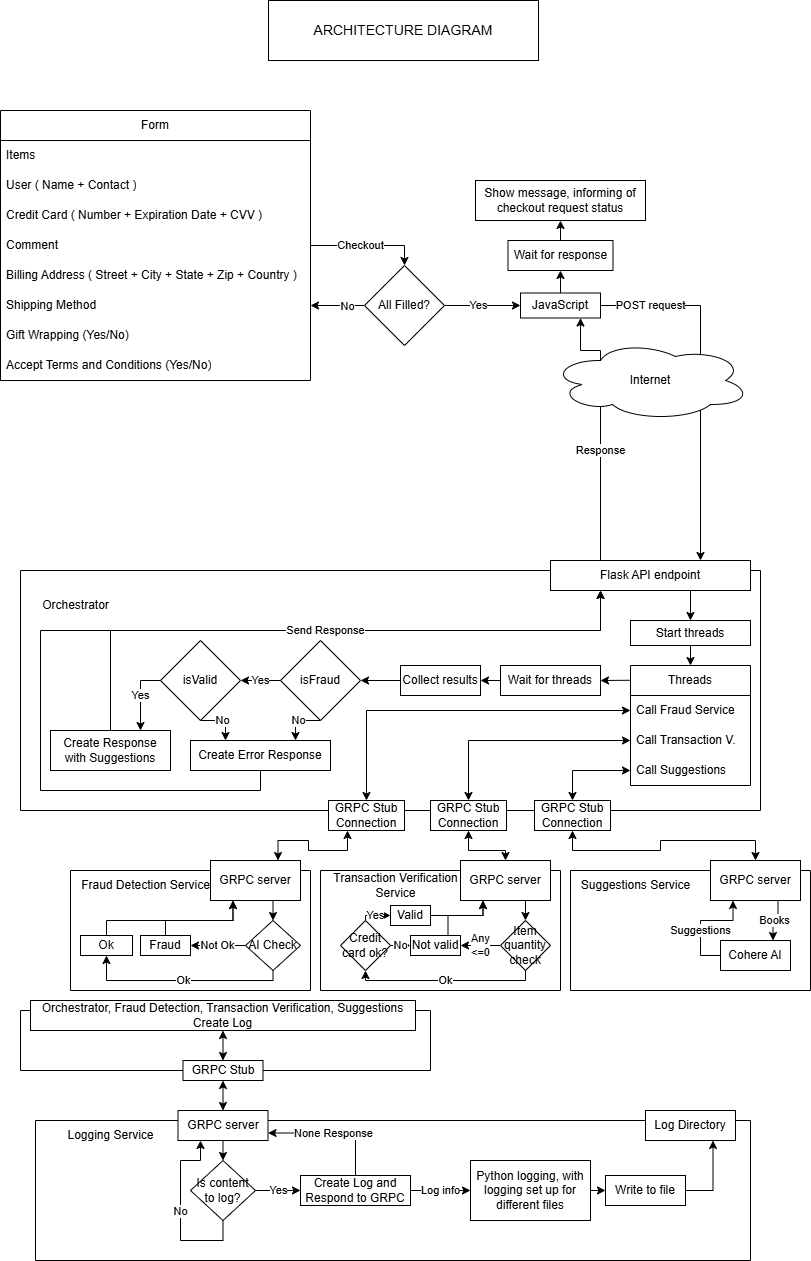
The draw.io diagram docs/Architecture Diagram.png in FooKaDoO/ds-practice-2025, before a commit. Source tidied: cells renumbered, new cells last; positions are measured from the earlier drawing's top-left corner, leaving out a move shared by most shapes.
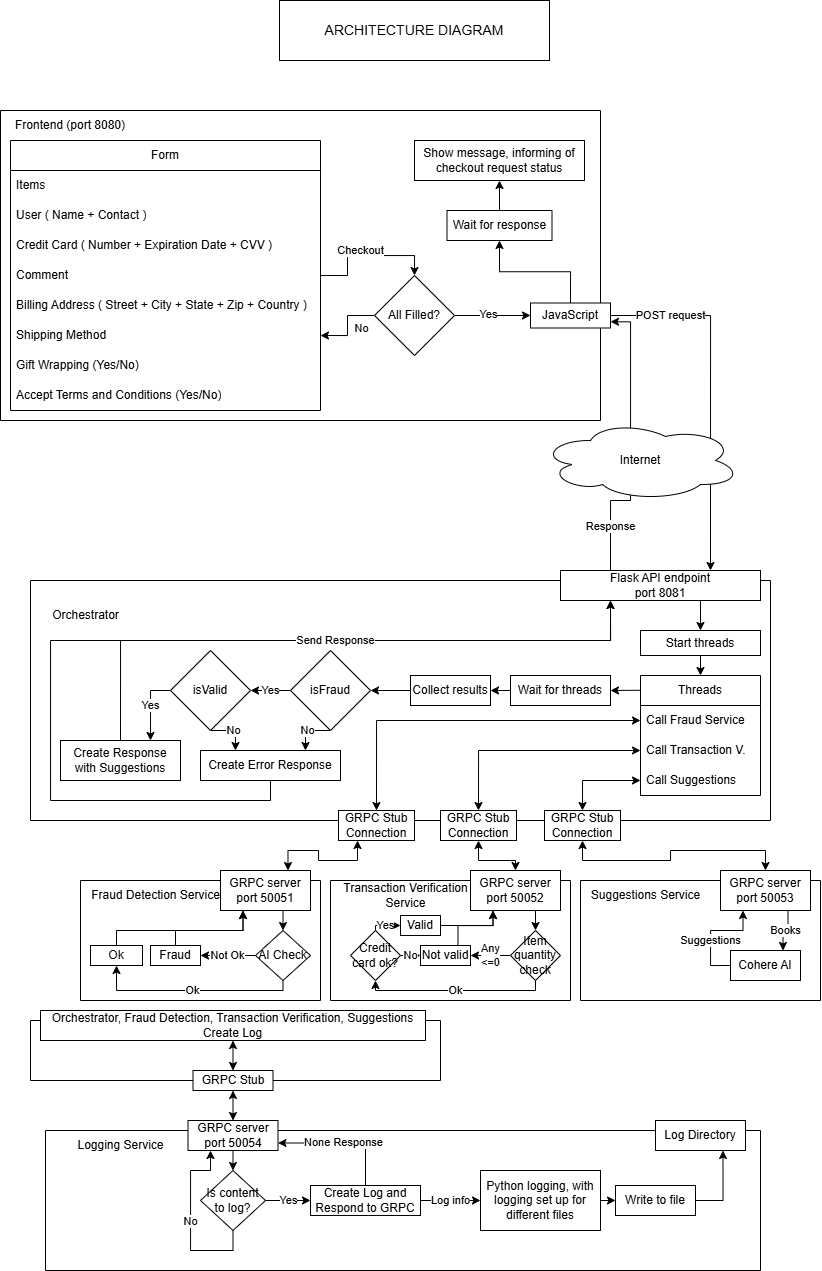
Later version of the same file.

Diff of the diagram source:
```diff
@@ -5,19 +5,20 @@
     <mxCell id="2" style="swimlane;startSize=0;" parent="1" vertex="1">
       <mxGeometry x="20" y="1010" width="410" height="60" as="geometry" />
     </mxCell>
-    <mxCell id="3" value="Response" style="edgeStyle=orthogonalEdgeStyle;rounded=0;jettySize=auto;html=1;exitX=0.25;exitY=0;exitDx=0;exitDy=0;entryX=0.75;entryY=1;entryDx=0;entryDy=0;" parent="1" edge="1" source="45" target="22">
-      <mxGeometry x="-0.16" relative="1" as="geometry">
+    <mxCell id="3" value="Response" style="edgeStyle=orthogonalEdgeStyle;rounded=0;jettySize=auto;html=1;exitX=0.25;exitY=0;exitDx=0;exitDy=0;entryX=1;entryY=0.75;entryDx=0;entryDy=0;" parent="1" edge="1" source="45" target="22">
+      <mxGeometry x="-0.7" relative="1" as="geometry">
         <Array as="points">
-          <mxPoint x="600" y="350" />
-          <mxPoint x="580" y="350" />
+          <mxPoint x="600" y="490" />
+          <mxPoint x="620" y="490" />
+          <mxPoint x="620" y="311" />
         </Array>
       </mxGeometry>
     </mxCell>
     <mxCell id="4" value="POST request" style="edgeStyle=orthogonalEdgeStyle;rounded=0;jettySize=auto;html=1;exitX=1;exitY=0.5;exitDx=0;exitDy=0;entryX=0.75;entryY=0;entryDx=0;entryDy=0;" parent="1" edge="1" source="22" target="45">
-      <mxGeometry x="-0.72" relative="1" as="geometry" />
+      <mxGeometry x="-0.66" relative="1" as="geometry" />
     </mxCell>
     <mxCell id="5" value="Form" style="swimlane;fontStyle=0;horizontal=1;startSize=30;whiteSpace=wrap;html=1;" parent="1" vertex="1">
-      <mxGeometry y="110" width="310" height="270" as="geometry" />
+      <mxGeometry y="130" width="310" height="270" as="geometry" />
     </mxCell>
     <mxCell id="6" value="Items" style="text;strokeColor=none;fillColor=none;align=left;verticalAlign=middle;spacingLeft=4;spacingRight=4;overflow=hidden;whiteSpace=wrap;html=1;" parent="5" vertex="1">
       <mxGeometry y="30" width="310" height="30" as="geometry" />
@@ -61,17 +62,14 @@
       <mxGeometry x="364" y="265" width="80" height="80" as="geometry" />
     </mxCell>
     <mxCell id="19" value="Checkout" style="edgeStyle=orthogonalEdgeStyle;rounded=0;jettySize=auto;html=1;exitX=1;exitY=0.5;exitDx=0;exitDy=0;entryX=0.5;entryY=0;entryDx=0;entryDy=0;" parent="1" edge="1" source="9" target="18">
-      <mxGeometry x="-0.12" relative="1" as="geometry" />
+      <mxGeometry x="-0.1" y="5" relative="1" as="geometry" />
     </mxCell>
     <mxCell id="20" value="Internet" style="ellipse;shape=cloud;whiteSpace=wrap;html=1;" parent="1" vertex="1">
-      <mxGeometry x="550" y="340" width="200" height="80" as="geometry" />
+      <mxGeometry x="530" y="410" width="200" height="80" as="geometry" />
     </mxCell>
     <mxCell id="21" style="edgeStyle=orthogonalEdgeStyle;rounded=0;jettySize=auto;html=1;exitX=0.5;exitY=0;exitDx=0;exitDy=0;" parent="1" edge="1" source="22" target="90">
       <mxGeometry relative="1" as="geometry" />
     </mxCell>
-    <mxCell id="22" value="JavaS&lt;span style=&quot;background-color: transparent; color: light-dark(rgb(0, 0, 0), rgb(255, 255, 255));&quot;&gt;cript&lt;/span&gt;" style="rounded=0;whiteSpace=wrap;html=1;" parent="1" vertex="1">
-      <mxGeometry x="520" y="292.5" width="80" height="25" as="geometry" />
-    </mxCell>
     <mxCell id="23" style="swimlane;startSize=0;" parent="1" vertex="1">
       <mxGeometry x="20" y="570" width="740" height="240" as="geometry" />
     </mxCell>
@@ -140,7 +138,7 @@
         <mxPoint x="690" y="590" as="sourcePoint" />
       </mxGeometry>
     </mxCell>
-    <mxCell id="45" value="Flask API endpoint" style="rounded=0;whiteSpace=wrap;html=1;" parent="1" vertex="1">
+    <mxCell id="45" value="Flask API endpoint&lt;div&gt;port 8081&lt;/div&gt;" style="rounded=0;whiteSpace=wrap;html=1;" parent="1" vertex="1">
       <mxGeometry x="550" y="560" width="200" height="30" as="geometry" />
     </mxCell>
     <mxCell id="46" style="swimlane;startSize=0;" parent="1" vertex="1">
@@ -152,7 +150,7 @@
     <mxCell id="48" value="Books" style="edgeStyle=orthogonalEdgeStyle;rounded=0;jettySize=auto;html=1;exitX=0.75;exitY=1;exitDx=0;exitDy=0;entryX=0.75;entryY=0;entryDx=0;entryDy=0;" parent="46" edge="1" source="49" target="51">
       <mxGeometry relative="1" as="geometry" />
     </mxCell>
-    <mxCell id="49" value="GRPC server" style="rounded=0;whiteSpace=wrap;html=1;" parent="46" vertex="1">
+    <mxCell id="49" value="GRPC server&lt;div&gt;port 50053&lt;/div&gt;" style="rounded=0;whiteSpace=wrap;html=1;" parent="46" vertex="1">
       <mxGeometry x="140" y="-10" width="90" height="40" as="geometry" />
     </mxCell>
     <mxCell id="50" value="Suggestions" style="edgeStyle=orthogonalEdgeStyle;rounded=0;jettySize=auto;html=1;exitX=0;exitY=0.5;exitDx=0;exitDy=0;entryX=0.25;entryY=1;entryDx=0;entryDy=0;" parent="46" edge="1" source="51" target="49">
@@ -167,7 +165,7 @@
     <mxCell id="53" style="edgeStyle=orthogonalEdgeStyle;rounded=0;jettySize=auto;html=1;exitX=0.75;exitY=1;exitDx=0;exitDy=0;entryX=0.5;entryY=0;entryDx=0;entryDy=0;" parent="52" edge="1" source="54" target="58">
       <mxGeometry relative="1" as="geometry" />
     </mxCell>
-    <mxCell id="54" value="GRPC server" style="rounded=0;whiteSpace=wrap;html=1;" parent="52" vertex="1">
+    <mxCell id="54" value="GRPC server&lt;div&gt;port 50052&lt;/div&gt;" style="rounded=0;whiteSpace=wrap;html=1;" parent="52" vertex="1">
       <mxGeometry x="140" y="-10" width="90" height="40" as="geometry" />
     </mxCell>
     <mxCell id="55" value="Transaction Verification &lt;br&gt;Service" style="text;html=1;align=center;verticalAlign=middle;strokeColor=none;fillColor=none;" parent="52" vertex="1">
@@ -230,7 +228,7 @@
     <mxCell id="68" style="edgeStyle=orthogonalEdgeStyle;rounded=0;jettySize=auto;html=1;exitX=0.75;exitY=1;exitDx=0;exitDy=0;entryX=0.5;entryY=0;entryDx=0;entryDy=0;" parent="66" edge="1" source="69" target="72">
       <mxGeometry relative="1" as="geometry" />
     </mxCell>
-    <mxCell id="69" value="GRPC server" style="rounded=0;whiteSpace=wrap;html=1;" parent="66" vertex="1">
+    <mxCell id="69" value="GRPC server&lt;br&gt;port 50051" style="rounded=0;whiteSpace=wrap;html=1;" parent="66" vertex="1">
       <mxGeometry x="140" y="-10" width="90" height="40" as="geometry" />
     </mxCell>
     <mxCell id="70" value="Ok" style="edgeStyle=orthogonalEdgeStyle;rounded=0;jettySize=auto;html=1;exitX=0.5;exitY=1;exitDx=0;exitDy=0;entryX=0.5;entryY=1;entryDx=0;entryDy=0;" parent="66" edge="1" source="72" target="76">
@@ -314,15 +312,6 @@
         </Array>
       </mxGeometry>
     </mxCell>
-    <mxCell id="88" value="Show message, informing of checkout request status" style="rounded=0;whiteSpace=wrap;html=1;" parent="1" vertex="1">
-      <mxGeometry x="475" y="180" width="170" height="40" as="geometry" />
-    </mxCell>
-    <mxCell id="89" style="edgeStyle=orthogonalEdgeStyle;rounded=0;jettySize=auto;html=1;exitX=0.5;exitY=0;exitDx=0;exitDy=0;entryX=0.5;entryY=1;entryDx=0;entryDy=0;" parent="1" edge="1" source="90" target="88">
-      <mxGeometry relative="1" as="geometry" />
-    </mxCell>
-    <mxCell id="90" value="Wait for response" style="rounded=0;whiteSpace=wrap;html=1;" parent="1" vertex="1">
-      <mxGeometry x="507.5" y="240" width="105" height="30" as="geometry" />
-    </mxCell>
     <mxCell id="91" style="swimlane;startSize=0;" parent="1" vertex="1">
       <mxGeometry x="35" y="1120" width="715" height="140" as="geometry" />
     </mxCell>
@@ -332,7 +321,7 @@
     <mxCell id="93" style="edgeStyle=orthogonalEdgeStyle;rounded=0;jettySize=auto;html=1;exitX=0.5;exitY=1;exitDx=0;exitDy=0;entryX=0.5;entryY=0;entryDx=0;entryDy=0;" parent="91" edge="1" source="94" target="97">
       <mxGeometry relative="1" as="geometry" />
     </mxCell>
-    <mxCell id="94" value="GRPC server" style="rounded=0;whiteSpace=wrap;html=1;" parent="91" vertex="1">
+    <mxCell id="94" value="GRPC server&lt;div&gt;port 50054&lt;/div&gt;" style="rounded=0;whiteSpace=wrap;html=1;" parent="91" vertex="1">
       <mxGeometry x="142.5" y="-10" width="90" height="30" as="geometry" />
     </mxCell>
     <mxCell id="95" value="No" style="edgeStyle=orthogonalEdgeStyle;rounded=0;jettySize=auto;html=1;exitX=0.5;exitY=1;exitDx=0;exitDy=0;entryX=0.25;entryY=1;entryDx=0;entryDy=0;" parent="91" edge="1" source="97" target="94">
@@ -388,7 +377,25 @@
       <mxGeometry relative="1" as="geometry" />
     </mxCell>
     <mxCell id="110" value="&lt;font style=&quot;font-size: 14px;&quot;&gt;ARCHITECTURE DIAGRAM&lt;/font&gt;" style="rounded=0;whiteSpace=wrap;html=1;" parent="1" vertex="1">
-      <mxGeometry x="268" width="270" height="60" as="geometry" />
+      <mxGeometry x="269" y="-10" width="270" height="60" as="geometry" />
     </mxCell>
+    <mxCell id="111" style="swimlane;startSize=0;" parent="1" vertex="1">
+      <mxGeometry x="-10" y="100" width="600" height="310" as="geometry" />
+    </mxCell>
+    <mxCell id="90" value="Wait for response" style="rounded=0;whiteSpace=wrap;html=1;" parent="111" vertex="1">
+      <mxGeometry x="446.5" y="100" width="105" height="30" as="geometry" />
+    </mxCell>
+    <mxCell id="88" value="Show message, informing of checkout request status" style="rounded=0;whiteSpace=wrap;html=1;" parent="111" vertex="1">
+      <mxGeometry x="414" y="30" width="170" height="40" as="geometry" />
+    </mxCell>
+    <mxCell id="89" style="edgeStyle=orthogonalEdgeStyle;rounded=0;jettySize=auto;html=1;exitX=0.5;exitY=0;exitDx=0;exitDy=0;entryX=0.5;entryY=1;entryDx=0;entryDy=0;" parent="111" edge="1" source="90" target="88">
+      <mxGeometry relative="1" as="geometry" />
+    </mxCell>
+    <mxCell id="112" value="Frontend (port 8080)" style="text;html=1;align=center;verticalAlign=middle;whiteSpace=wrap;rounded=0;" parent="111" vertex="1">
+      <mxGeometry x="10" width="120" height="30" as="geometry" />
+    </mxCell>
+    <mxCell id="22" value="JavaS&lt;span style=&quot;background-color: transparent; color: light-dark(rgb(0, 0, 0), rgb(255, 255, 255));&quot;&gt;cript&lt;/span&gt;" style="rounded=0;whiteSpace=wrap;html=1;" parent="1" vertex="1">
+      <mxGeometry x="520" y="292.5" width="80" height="25" as="geometry" />
+    </mxCell>
   </root>
 </mxGraphModel>
```
